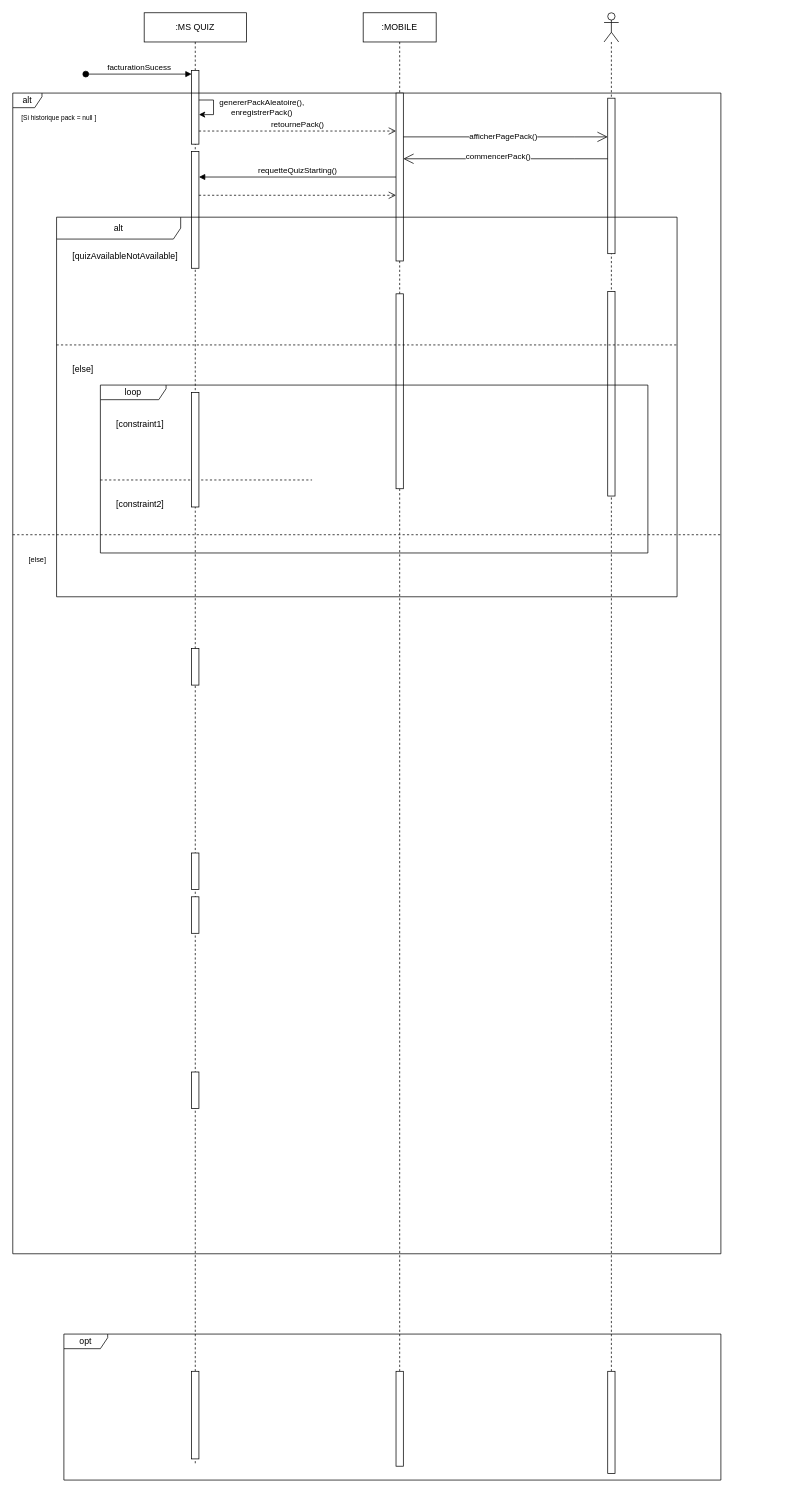
The draw.io diagram page "DS-MODELE-GAME-B2" (5 of 6) of QuizDiagram.drawio in kbvac/Diagramme-UML, before the edit. Source tidied: cells renumbered, new cells numbered last; positions are measured from the earlier drawing's top-left corner, leaving out a move shared by most shapes. Both pictures are drawn from the tidied source at 73%, with x=0, y=0 at pixel (12, 12).
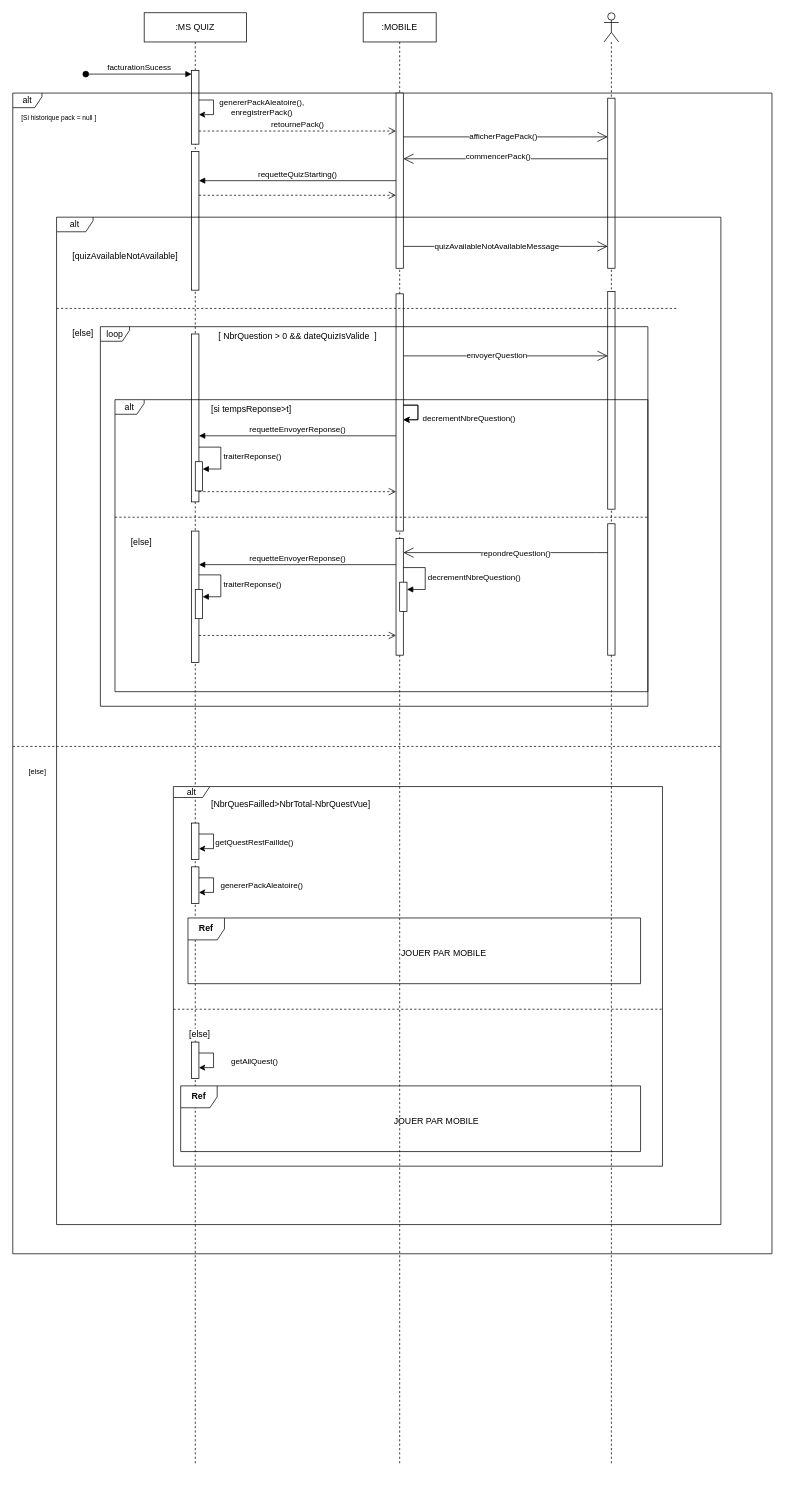
The same page after the edit.

The change refers to these unchanged cells:
```xml
<mxCell id="2" style="shape=umlLifeline;perimeter=lifelinePerimeter;whiteSpace=wrap;html=1;newEdgeStyle={&quot;curved&quot;:0,&quot;rounded&quot;:0};participant=umlActor;" parent="1" vertex="1">
  <mxGeometry x="810" width="20" height="1990" as="geometry" />
</mxCell>
<mxCell id="5" value=":MS QUIZ" style="shape=umlLifeline;perimeter=lifelinePerimeter;whiteSpace=wrap;html=1;newEdgeStyle={&quot;edgeStyle&quot;:&quot;elbowEdgeStyle&quot;,&quot;elbow&quot;:&quot;vertical&quot;,&quot;curved&quot;:0,&quot;rounded&quot;:0};" parent="1" vertex="1">
  <mxGeometry x="180" width="140" height="1990" as="geometry" />
</mxCell>
```

Change to the diagram source:
```diff
@@
-    <mxCell id="3" style="html=1;perimeter=orthogonalPerimeter;targetShapes=umlLifeline;newEdgeStyle={&quot;curved&quot;:0,&quot;rounded&quot;:0};" parent="2" vertex="1">
-      <mxGeometry x="5" y="1861" width="10" height="140" as="geometry" />
-    </mxCell>
@@
-    <mxCell id="10" style="html=1;perimeter=orthogonalPerimeter;targetShapes=umlLifeline;newEdgeStyle={&quot;curved&quot;:0,&quot;rounded&quot;:0};" parent="5" vertex="1">
-      <mxGeometry x="65" y="871" width="10" height="50" as="geometry" />
-    </mxCell>
-    <mxCell id="11" style="html=1;perimeter=orthogonalPerimeter;targetShapes=umlLifeline;newEdgeStyle={&quot;curved&quot;:0,&quot;rounded&quot;:0};" parent="5" vertex="1">
-      <mxGeometry x="65" y="1151" width="10" height="50" as="geometry" />
-    </mxCell>
-    <mxCell id="12" style="html=1;perimeter=orthogonalPerimeter;targetShapes=umlLifeline;newEdgeStyle={&quot;curved&quot;:0,&quot;rounded&quot;:0};" parent="5" vertex="1">
-      <mxGeometry x="65" y="1211" width="10" height="50" as="geometry" />
-    </mxCell>
-    <mxCell id="13" style="html=1;perimeter=orthogonalPerimeter;targetShapes=umlLifeline;newEdgeStyle={&quot;curved&quot;:0,&quot;rounded&quot;:0};" parent="5" vertex="1">
-      <mxGeometry x="65" y="1451" width="10" height="50" as="geometry" />
-    </mxCell>
     <mxCell id="14" value="alt" style="shape=umlFrame;whiteSpace=wrap;html=1;width=40;height=20;" parent="1" vertex="1">
-      <mxGeometry y="110" width="970" height="1590" as="geometry" />
+      <mxGeometry y="110" width="1040" height="1590" as="geometry" />
     </mxCell>
@@
-    <mxCell id="16" value="&lt;font style=&quot;font-size: 10px;&quot;&gt;[else]&lt;/font&gt;" style="line;strokeWidth=1;dashed=1;labelPosition=center;verticalLabelPosition=bottom;align=left;verticalAlign=top;spacingLeft=20;spacingTop=15;html=1;whiteSpace=wrap;" parent="14" vertex="1">
-      <mxGeometry y="600" width="970" height="10" as="geometry" />
-    </mxCell>
@@
     <mxCell id="18" style="html=1;points=[[0,0,0,0,5],[0,1,0,0,-5],[1,0,0,0,5],[1,1,0,0,-5]];perimeter=orthogonalPerimeter;outlineConnect=0;targetShapes=umlLifeline;portConstraint=eastwest;newEdgeStyle={&quot;curved&quot;:0,&quot;rounded&quot;:0};" parent="14" vertex="1">
-      <mxGeometry x="525" width="10" height="230" as="geometry" />
+      <mxGeometry x="525" width="10" height="240" as="geometry" />
     </mxCell>
@@
     <mxCell id="21" style="html=1;points=[[0,0,0,0,5],[0,1,0,0,-5],[1,0,0,0,5],[1,1,0,0,-5]];perimeter=orthogonalPerimeter;outlineConnect=0;targetShapes=umlLifeline;portConstraint=eastwest;newEdgeStyle={&quot;curved&quot;:0,&quot;rounded&quot;:0};" parent="14" vertex="1">
-      <mxGeometry x="815" y="7" width="10" height="213" as="geometry" />
+      <mxGeometry x="815" y="7" width="10" height="233" as="geometry" />
     </mxCell>
@@
     <mxCell id="24" style="html=1;points=[[0,0,0,0,5],[0,1,0,0,-5],[1,0,0,0,5],[1,1,0,0,-5]];perimeter=orthogonalPerimeter;outlineConnect=0;targetShapes=umlLifeline;portConstraint=eastwest;newEdgeStyle={&quot;curved&quot;:0,&quot;rounded&quot;:0};" parent="14" vertex="1">
-      <mxGeometry x="815" y="272" width="10" height="280" as="geometry" />
+      <mxGeometry x="815" y="272" width="10" height="298" as="geometry" />
     </mxCell>
     <mxCell id="25" style="html=1;points=[[0,0,0,0,5],[0,1,0,0,-5],[1,0,0,0,5],[1,1,0,0,-5]];perimeter=orthogonalPerimeter;outlineConnect=0;targetShapes=umlLifeline;portConstraint=eastwest;newEdgeStyle={&quot;curved&quot;:0,&quot;rounded&quot;:0};" parent="14" vertex="1">
-      <mxGeometry x="525" y="275" width="10" height="267" as="geometry" />
+      <mxGeometry x="525" y="275" width="10" height="325" as="geometry" />
     </mxCell>
     <mxCell id="26" style="html=1;points=[[0,0,0,0,5],[0,1,0,0,-5],[1,0,0,0,5],[1,1,0,0,-5]];perimeter=orthogonalPerimeter;outlineConnect=0;targetShapes=umlLifeline;portConstraint=eastwest;newEdgeStyle={&quot;curved&quot;:0,&quot;rounded&quot;:0};" parent="14" vertex="1">
-      <mxGeometry x="245" y="80" width="10" height="160" as="geometry" />
+      <mxGeometry x="245" y="80" width="10" height="190" as="geometry" />
     </mxCell>
@@
-    <mxCell id="28" value="alt" style="shape=umlFrame;whiteSpace=wrap;html=1;width=170;" parent="14" vertex="1">
-      <mxGeometry x="60" y="170" width="850" height="520" as="geometry" />
+    <mxCell id="28" value="alt" style="shape=umlFrame;whiteSpace=wrap;html=1;width=50;height=20;" parent="14" vertex="1">
+      <mxGeometry x="60" y="170" width="910" height="1380" as="geometry" />
     </mxCell>
@@
     <mxCell id="30" value="[else]" style="line;strokeWidth=1;dashed=1;labelPosition=center;verticalLabelPosition=bottom;align=left;verticalAlign=top;spacingLeft=20;spacingTop=15;html=1;whiteSpace=wrap;" parent="28" vertex="1">
-      <mxGeometry y="170" width="850" height="10" as="geometry" />
+      <mxGeometry y="120" width="850" height="10" as="geometry" />
     </mxCell>
-    <mxCell id="31" value="loop" style="shape=umlFrame;whiteSpace=wrap;html=1;width=90;height=20;" parent="28" vertex="1">
-      <mxGeometry x="60" y="230" width="750" height="230" as="geometry" />
+    <mxCell id="31" value="loop" style="shape=umlFrame;whiteSpace=wrap;html=1;width=40;height=20;" parent="28" vertex="1">
+      <mxGeometry x="60" y="150" width="750" height="520" as="geometry" />
     </mxCell>
-    <mxCell id="32" value="[constraint1]" style="text;html=1;" parent="31" vertex="1">
+    <mxCell id="32" value="[ NbrQuestion &amp;gt; 0 &amp;amp;&amp;amp; dateQuizIsValide&amp;nbsp; ]&amp;nbsp;" style="text;html=1;" parent="31" vertex="1">
       <mxGeometry width="100" height="20" relative="1" as="geometry">
-        <mxPoint x="20" y="40" as="offset" />
+        <mxPoint x="160" as="offset" />
       </mxGeometry>
     </mxCell>
-    <mxCell id="33" value="[constraint2]" style="line;strokeWidth=1;dashed=1;labelPosition=center;verticalLabelPosition=bottom;align=left;verticalAlign=top;spacingLeft=20;spacingTop=15;html=1;whiteSpace=wrap;" parent="31" vertex="1">
-      <mxGeometry y="125" width="290" height="10" as="geometry" />
-    </mxCell>
     <mxCell id="34" style="html=1;perimeter=orthogonalPerimeter;targetShapes=umlLifeline;newEdgeStyle={&quot;curved&quot;:0,&quot;rounded&quot;:0};" parent="31" vertex="1">
-      <mxGeometry x="125" y="10" width="10" height="157" as="geometry" />
+      <mxGeometry x="125" y="10" width="10" height="230" as="geometry" />
     </mxCell>
+    <mxCell id="39" value="alt" style="shape=umlFrame;whiteSpace=wrap;html=1;width=40;height=20;" parent="31" vertex="1">
+      <mxGeometry x="20" y="100" width="730" height="400" as="geometry" />
+    </mxCell>
+    <mxCell id="40" value="[si tempsReponse&amp;gt;t]" style="text;html=1;" parent="39" vertex="1">
+      <mxGeometry width="100" height="20" relative="1" as="geometry">
+        <mxPoint x="130" as="offset" />
+      </mxGeometry>
+    </mxCell>
+    <mxCell id="41" value="[else]" style="line;strokeWidth=1;dashed=1;labelPosition=center;verticalLabelPosition=bottom;align=left;verticalAlign=top;spacingLeft=20;spacingTop=15;html=1;whiteSpace=wrap;" parent="39" vertex="1">
+      <mxGeometry y="156" width="730" height="10" as="geometry" />
+    </mxCell>
+    <mxCell id="42" style="html=1;points=[[0,0,0,0,5],[0,1,0,0,-5],[1,0,0,0,5],[1,1,0,0,-5]];perimeter=orthogonalPerimeter;outlineConnect=0;targetShapes=umlLifeline;portConstraint=eastwest;newEdgeStyle={&quot;curved&quot;:0,&quot;rounded&quot;:0};" parent="39" vertex="1">
+      <mxGeometry x="110" y="85" width="10" height="40" as="geometry" />
+    </mxCell>
+    <mxCell id="43" value="traiterReponse()" style="html=1;align=left;spacingLeft=2;endArrow=block;rounded=0;edgeStyle=orthogonalEdgeStyle;curved=0;rounded=0;" parent="39" edge="1" target="42">
+      <mxGeometry relative="1" as="geometry">
+        <mxPoint x="115" y="65" as="sourcePoint" />
+        <Array as="points">
+          <mxPoint x="145" y="95" />
+        </Array>
+      </mxGeometry>
+    </mxCell>
+    <mxCell id="44" style="html=1;outlineConnect=0;targetShapes=umlLifeline;portConstraint=eastwest;newEdgeStyle={&quot;curved&quot;:0,&quot;rounded&quot;:0};points=[[0,0,0,0,5],[0,1,0,0,-5],[1,0,0,0,5],[1,1,0,0,-5]];perimeter=orthogonalPerimeter;" parent="39" vertex="1">
+      <mxGeometry x="385" y="190" width="10" height="160" as="geometry" />
+    </mxCell>
+    <mxCell id="45" style="html=1;points=[[0,0,0,0,5],[0,1,0,0,-5],[1,0,0,0,5],[1,1,0,0,-5]];perimeter=orthogonalPerimeter;outlineConnect=0;targetShapes=umlLifeline;portConstraint=eastwest;newEdgeStyle={&quot;curved&quot;:0,&quot;rounded&quot;:0};" parent="39" vertex="1">
+      <mxGeometry x="675" y="170" width="10" height="180" as="geometry" />
+    </mxCell>
+    <mxCell id="46" style="endArrow=open;endFill=1;endSize=12;html=1;rounded=0;" parent="39" edge="1" source="45" target="44">
+      <mxGeometry relative="1" as="geometry">
+        <Array as="points">
+          <mxPoint x="660" y="209.5" />
+        </Array>
+      </mxGeometry>
+    </mxCell>
+    <mxCell id="47" value="repondreQuestion()" style="edgeLabel;html=1;align=center;verticalAlign=middle;" parent="46" vertex="1">
+      <mxGeometry x="-0.09" y="1" relative="1" as="geometry" />
+    </mxCell>
+    <mxCell id="48" style="html=1;perimeter=orthogonalPerimeter;targetShapes=umlLifeline;newEdgeStyle={&quot;curved&quot;:0,&quot;rounded&quot;:0};" parent="39" vertex="1">
+      <mxGeometry x="105" y="180" width="10" height="180" as="geometry" />
+    </mxCell>
+    <mxCell id="49" value="requetteEnvoyerReponse()" style="html=1;verticalAlign=bottom;endArrow=block;curved=0;rounded=0;" parent="39" edge="1">
+      <mxGeometry relative="1" as="geometry">
+        <mxPoint x="385" y="226" as="sourcePoint" />
+        <mxPoint x="115" y="226" as="targetPoint" />
+      </mxGeometry>
+    </mxCell>
+    <mxCell id="50" style="html=1;points=[[0,0,0,0,5],[0,1,0,0,-5],[1,0,0,0,5],[1,1,0,0,-5]];perimeter=orthogonalPerimeter;outlineConnect=0;targetShapes=umlLifeline;portConstraint=eastwest;newEdgeStyle={&quot;curved&quot;:0,&quot;rounded&quot;:0};" parent="39" vertex="1">
+      <mxGeometry x="110" y="260" width="10" height="40" as="geometry" />
+    </mxCell>
+    <mxCell id="51" value="traiterReponse()" style="html=1;align=left;spacingLeft=2;endArrow=block;rounded=0;edgeStyle=orthogonalEdgeStyle;curved=0;rounded=0;" parent="39" edge="1" target="50">
+      <mxGeometry relative="1" as="geometry">
+        <mxPoint x="115" y="240" as="sourcePoint" />
+        <Array as="points">
+          <mxPoint x="145" y="270" />
+        </Array>
+      </mxGeometry>
+    </mxCell>
+    <mxCell id="52" style="html=1;points=[[0,0,0,0,5],[0,1,0,0,-5],[1,0,0,0,5],[1,1,0,0,-5]];perimeter=orthogonalPerimeter;outlineConnect=0;targetShapes=umlLifeline;portConstraint=eastwest;newEdgeStyle={&quot;curved&quot;:0,&quot;rounded&quot;:0};" parent="39" vertex="1">
+      <mxGeometry x="390" y="250" width="10" height="40" as="geometry" />
+    </mxCell>
+    <mxCell id="53" value="decrementNbreQuestion()" style="html=1;align=left;spacingLeft=2;endArrow=block;rounded=0;edgeStyle=orthogonalEdgeStyle;curved=0;rounded=0;" parent="39" edge="1" target="52">
+      <mxGeometry relative="1" as="geometry">
+        <mxPoint x="395" y="230" as="sourcePoint" />
+        <Array as="points">
+          <mxPoint x="425" y="260" />
+        </Array>
+      </mxGeometry>
+    </mxCell>
+    <mxCell id="54" style="html=1;verticalAlign=bottom;endArrow=open;dashed=1;endSize=8;curved=0;rounded=0;" parent="39" edge="1">
+      <mxGeometry relative="1" as="geometry">
+        <mxPoint x="115" y="323" as="sourcePoint" />
+        <mxPoint x="385" y="323" as="targetPoint" />
+      </mxGeometry>
+    </mxCell>
+    <mxCell id="16" value="&lt;font style=&quot;font-size: 10px;&quot;&gt;[else]&lt;/font&gt;" style="line;strokeWidth=1;dashed=1;labelPosition=center;verticalLabelPosition=bottom;align=left;verticalAlign=top;spacingLeft=20;spacingTop=15;html=1;whiteSpace=wrap;" parent="28" vertex="1">
+      <mxGeometry x="-60" y="720" width="970" height="10" as="geometry" />
+    </mxCell>
+    <mxCell id="55" style="html=1;points=[[0,0,0,0,5],[0,1,0,0,-5],[1,0,0,0,5],[1,1,0,0,-5]];perimeter=orthogonalPerimeter;outlineConnect=0;targetShapes=umlLifeline;portConstraint=eastwest;newEdgeStyle={&quot;curved&quot;:0,&quot;rounded&quot;:0};" parent="28" vertex="1">
+      <mxGeometry x="185" y="830" width="10" height="50" as="geometry" />
+    </mxCell>
+    <mxCell id="56" style="edgeStyle=orthogonalEdgeStyle;rounded=0;orthogonalLoop=1;jettySize=auto;html=1;curved=0;" parent="28" edge="1" source="55" target="55">
+      <mxGeometry relative="1" as="geometry" />
+    </mxCell>
+    <mxCell id="57" value="getQuestRestFaillde()" style="edgeLabel;html=1;align=center;verticalAlign=middle;" parent="56" vertex="1">
+      <mxGeometry x="-0.22" relative="1" as="geometry">
+        <mxPoint x="55" y="7" as="offset" />
+      </mxGeometry>
+    </mxCell>
+    <mxCell id="58" style="html=1;points=[[0,0,0,0,5],[0,1,0,0,-5],[1,0,0,0,5],[1,1,0,0,-5]];perimeter=orthogonalPerimeter;outlineConnect=0;targetShapes=umlLifeline;portConstraint=eastwest;newEdgeStyle={&quot;curved&quot;:0,&quot;rounded&quot;:0};" parent="28" vertex="1">
+      <mxGeometry x="185" y="890" width="10" height="50" as="geometry" />
+    </mxCell>
+    <mxCell id="59" style="edgeStyle=orthogonalEdgeStyle;rounded=0;orthogonalLoop=1;jettySize=auto;html=1;curved=0;" parent="28" edge="1" source="58" target="58">
+      <mxGeometry relative="1" as="geometry" />
+    </mxCell>
+    <mxCell id="60" value="genererPackAleatoire()" style="edgeLabel;html=1;align=center;verticalAlign=middle;" parent="59" vertex="1">
+      <mxGeometry x="-0.22" relative="1" as="geometry">
+        <mxPoint x="65" y="7" as="offset" />
+      </mxGeometry>
+    </mxCell>
+    <mxCell id="61" style="html=1;points=[[0,0,0,0,5],[0,1,0,0,-5],[1,0,0,0,5],[1,1,0,0,-5]];perimeter=orthogonalPerimeter;outlineConnect=0;targetShapes=umlLifeline;portConstraint=eastwest;newEdgeStyle={&quot;curved&quot;:0,&quot;rounded&quot;:0};" parent="28" vertex="1">
+      <mxGeometry x="185" y="1130" width="10" height="50" as="geometry" />
+    </mxCell>
+    <mxCell id="62" style="edgeStyle=orthogonalEdgeStyle;rounded=0;orthogonalLoop=1;jettySize=auto;html=1;curved=0;" parent="28" edge="1" source="61" target="61">
+      <mxGeometry relative="1" as="geometry" />
+    </mxCell>
+    <mxCell id="63" value="getAllQuest()" style="edgeLabel;html=1;align=center;verticalAlign=middle;" parent="62" vertex="1">
+      <mxGeometry x="-0.22" relative="1" as="geometry">
+        <mxPoint x="55" y="7" as="offset" />
+      </mxGeometry>
+    </mxCell>
+    <mxCell id="64" value="alt" style="shape=umlFrame;whiteSpace=wrap;html=1;width=50;height=15;" parent="28" vertex="1">
+      <mxGeometry x="160" y="780" width="670" height="520" as="geometry" />
+    </mxCell>
+    <mxCell id="65" value="[NbrQuesFailled&amp;gt;NbrTotal-NbrQuestVue]" style="text;html=1;" parent="64" vertex="1">
+      <mxGeometry width="100" height="20" relative="1" as="geometry">
+        <mxPoint x="50" y="10" as="offset" />
+      </mxGeometry>
+    </mxCell>
+    <mxCell id="66" value="[else]" style="line;strokeWidth=1;dashed=1;labelPosition=center;verticalLabelPosition=bottom;align=left;verticalAlign=top;spacingLeft=20;spacingTop=15;html=1;whiteSpace=wrap;" parent="64" vertex="1">
+      <mxGeometry y="300" width="670" height="10" as="geometry" />
+    </mxCell>
+    <mxCell id="67" value="Ref" style="shape=umlFrame;whiteSpace=wrap;html=1;width=50;fontStyle=1;" parent="64" vertex="1">
+      <mxGeometry x="20" y="180" width="620" height="90" as="geometry" />
+    </mxCell>
+    <mxCell id="68" value="JOUER PAR MOBILE" style="text;align=center;html=1;" parent="67" vertex="1">
+      <mxGeometry width="100" height="20" relative="1" as="geometry">
+        <mxPoint x="300" y="35" as="offset" />
+      </mxGeometry>
+    </mxCell>
+    <mxCell id="69" value="Ref" style="shape=umlFrame;whiteSpace=wrap;html=1;width=50;fontStyle=1;" parent="64" vertex="1">
+      <mxGeometry x="10" y="410" width="630" height="90" as="geometry" />
+    </mxCell>
+    <mxCell id="70" value="JOUER PAR MOBILE" style="text;align=center;html=1;" parent="69" vertex="1">
+      <mxGeometry width="100" height="20" relative="1" as="geometry">
+        <mxPoint x="300" y="35" as="offset" />
+      </mxGeometry>
+    </mxCell>
@@
-    <mxCell id="36" value="opt" style="shape=umlFrame;whiteSpace=wrap;html=1;width=60;height=20;" parent="1" vertex="1">
-      <mxGeometry x="70" y="1810" width="900" height="200" as="geometry" />
-    </mxCell>
-    <mxCell id="37" style="html=1;perimeter=orthogonalPerimeter;targetShapes=umlLifeline;newEdgeStyle={&quot;curved&quot;:0,&quot;rounded&quot;:0};" parent="36" vertex="1">
-      <mxGeometry x="455" y="51" width="10" height="130" as="geometry" />
-    </mxCell>
-    <mxCell id="38" style="html=1;perimeter=orthogonalPerimeter;targetShapes=umlLifeline;newEdgeStyle={&quot;curved&quot;:0,&quot;rounded&quot;:0};" parent="36" vertex="1">
-      <mxGeometry x="175" y="51" width="10" height="120" as="geometry" />
-    </mxCell>
+    <mxCell id="71" style="endArrow=open;endFill=1;endSize=12;html=1;rounded=0;" parent="14" edge="1" source="18" target="21">
+      <mxGeometry relative="1" as="geometry">
+        <Array as="points">
+          <mxPoint x="770" y="210" />
+        </Array>
+      </mxGeometry>
+    </mxCell>
+    <mxCell id="72" value="quizAvailableNotAvailableMessage" style="edgeLabel;html=1;align=center;verticalAlign=middle;" parent="71" vertex="1">
+      <mxGeometry x="-0.09" y="1" relative="1" as="geometry" />
+    </mxCell>
+    <mxCell id="73" style="edgeStyle=orthogonalEdgeStyle;rounded=0;orthogonalLoop=1;jettySize=auto;html=1;curved=0;elbow=vertical;" parent="14" edge="1" source="25" target="25">
+      <mxGeometry relative="1" as="geometry" />
+    </mxCell>
+    <mxCell id="74" value="decrementNbreQuestion()" style="edgeLabel;html=1;align=center;verticalAlign=middle;" parent="73" vertex="1">
+      <mxGeometry x="-0.38" y="1" relative="1" as="geometry">
+        <mxPoint x="70" y="19" as="offset" />
+      </mxGeometry>
+    </mxCell>
+    <mxCell id="75" style="edgeStyle=orthogonalEdgeStyle;rounded=0;orthogonalLoop=1;jettySize=auto;html=1;curved=0;" parent="14" edge="1" source="25" target="25">
+      <mxGeometry relative="1" as="geometry" />
+    </mxCell>
+    <mxCell id="76" value="requetteEnvoyerReponse()" style="html=1;verticalAlign=bottom;endArrow=block;curved=0;rounded=0;" parent="14" edge="1">
+      <mxGeometry relative="1" as="geometry">
+        <mxPoint x="525" y="469.5" as="sourcePoint" />
+        <mxPoint x="255" y="469.5" as="targetPoint" />
+      </mxGeometry>
+    </mxCell>
+    <mxCell id="77" style="endArrow=open;endFill=1;endSize=12;html=1;rounded=0;" parent="14" edge="1" source="25" target="24">
+      <mxGeometry relative="1" as="geometry">
+        <Array as="points">
+          <mxPoint x="765" y="360" />
+        </Array>
+      </mxGeometry>
+    </mxCell>
+    <mxCell id="78" value="envoyerQuestion" style="edgeLabel;html=1;align=center;verticalAlign=middle;" parent="77" vertex="1">
+      <mxGeometry x="-0.09" y="1" relative="1" as="geometry" />
+    </mxCell>
+    <mxCell id="79" style="html=1;verticalAlign=bottom;endArrow=open;dashed=1;endSize=8;curved=0;rounded=0;" parent="14" edge="1">
+      <mxGeometry relative="1" as="geometry">
+        <mxPoint x="255" y="546" as="sourcePoint" />
+        <mxPoint x="525" y="546" as="targetPoint" />
+      </mxGeometry>
+    </mxCell>
```
